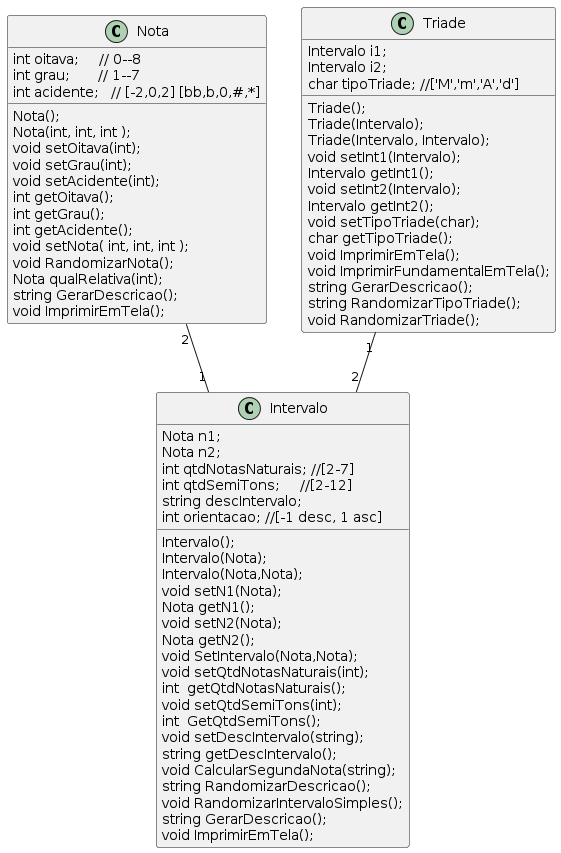
This is c++/projects/notas/documetation/classDiagram.png from marcuswlima/learning, a PlantUML export, as it was before one commit.
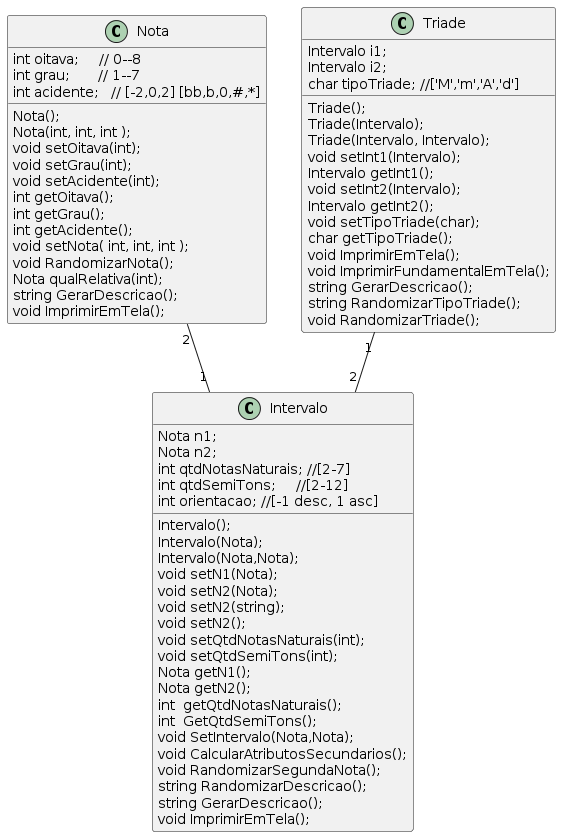
After the change.

Diff of the diagram source:
```diff
@@ -27,26 +27,25 @@
     Intervalo(Nota);
     Intervalo(Nota,Nota);
     void setN1(Nota);
+    void setN2(Nota);
+    void setN2(string);
+    void setN2();
+    void setQtdNotasNaturais(int);
+    void setQtdSemiTons(int);
     Nota getN1();
-    void setN2(Nota);
     Nota getN2();
+    int  getQtdNotasNaturais();
+    int  GetQtdSemiTons();
     void SetIntervalo(Nota,Nota);
-    void setQtdNotasNaturais(int);
-    int  getQtdNotasNaturais();
-    void setQtdSemiTons(int);
-    int  GetQtdSemiTons();
-    void setDescIntervalo(string);
-    string getDescIntervalo();
-    void CalcularSegundaNota(string);
+    void CalcularAtributosSecundarios();
+    void RandomizarSegundaNota();
     string RandomizarDescricao();
-    void RandomizarIntervaloSimples();
     string GerarDescricao();
     void ImprimirEmTela();
     Nota n1;
     Nota n2;
     int qtdNotasNaturais; //[2-7]
     int qtdSemiTons;     //[2-12]
-    string descIntervalo;
     int orientacao; //[-1 desc, 1 asc]
 }
 
```
